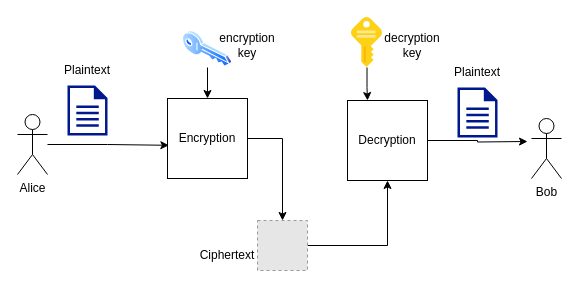
Earlier version of the draw.io diagram crypto.drawio (huyle84/diagrams). Source tidied: cells renumbered, new cells numbered last; positions are measured from the earlier drawing's top-left corner, leaving out a move shared by most shapes. Both pictures are drawn from the tidied source at 100%, with x=0, y=0 at pixel (17, 17). Pictures stored in the file or linked from it are replaced by grey dashed boxes.
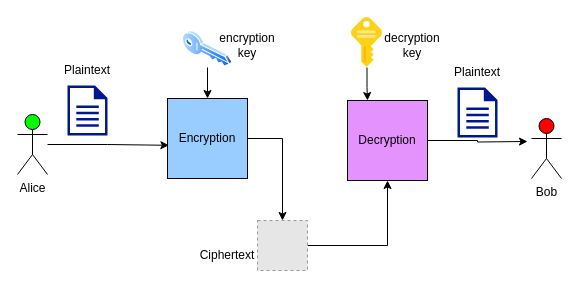
The same diagram, later.

The edit, as a diff of the source:
```diff
@@
-    <mxCell id="2" value="Bob" style="shape=umlActor;verticalLabelPosition=bottom;verticalAlign=top;html=1;" parent="1" vertex="1">
+    <mxCell id="2" value="Bob" style="shape=umlActor;verticalLabelPosition=bottom;verticalAlign=top;html=1;fillColor=#FF0000;" parent="1" vertex="1">
       <mxGeometry x="514" y="101" width="30" height="60" as="geometry" />
     </mxCell>
@@
-    <mxCell id="9" value="Alice&lt;br&gt;" style="shape=umlActor;verticalLabelPosition=bottom;verticalAlign=top;html=1;outlineConnect=0;" parent="1" vertex="1">
+    <mxCell id="9" value="Alice&lt;br&gt;" style="shape=umlActor;verticalLabelPosition=bottom;verticalAlign=top;html=1;outlineConnect=0;fillColor=#00FF00;" parent="1" vertex="1">
       <mxGeometry y="97" width="30" height="60" as="geometry" />
     </mxCell>
@@
-    <mxCell id="11" value="Encryption&lt;br&gt;" style="whiteSpace=wrap;html=1;" parent="1" vertex="1">
+    <mxCell id="11" value="Encryption&lt;br&gt;" style="whiteSpace=wrap;html=1;fillColor=#99CCFF;" parent="1" vertex="1">
       <mxGeometry x="150" y="81" width="80" height="80" as="geometry" />
     </mxCell>
@@
-    <mxCell id="16" value="Decryption" style="whiteSpace=wrap;html=1;" parent="1" vertex="1">
+    <mxCell id="16" value="Decryption" style="whiteSpace=wrap;html=1;fillColor=#e392fe;" parent="1" vertex="1">
       <mxGeometry x="330" y="83" width="80" height="80" as="geometry" />
     </mxCell>
```
